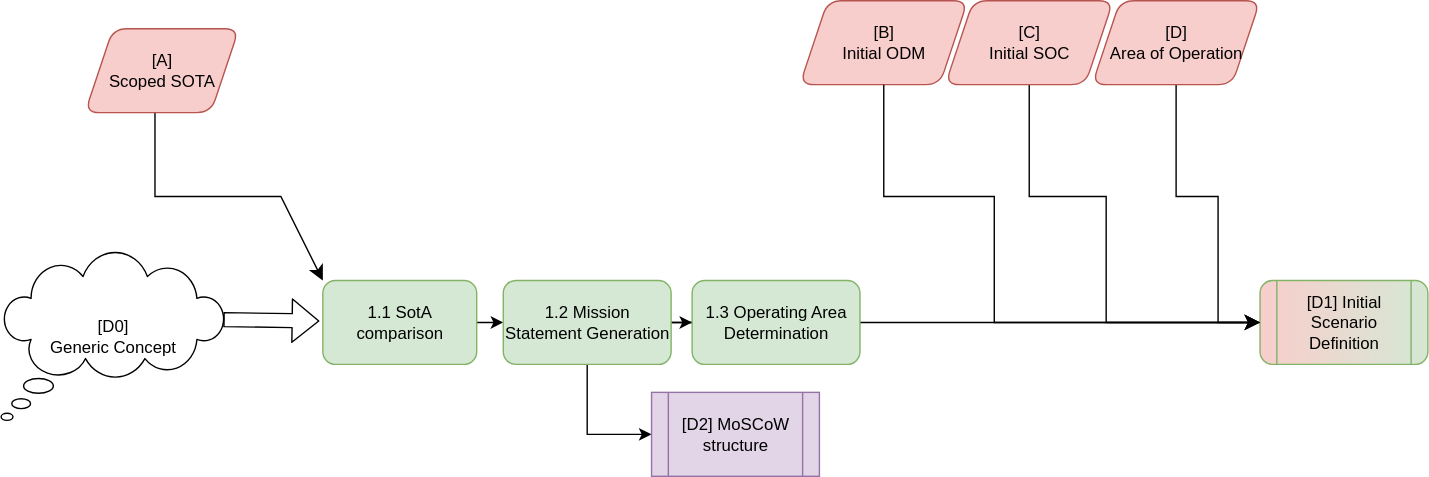
Before: diagrams/step-1.svg, a diagram exported from draw.io (TortoiseFather/sacred-site). Source tidied: cells renumbered, new cells last; positions are measured from the earlier drawing's top-left corner, leaving out a move shared by most shapes.
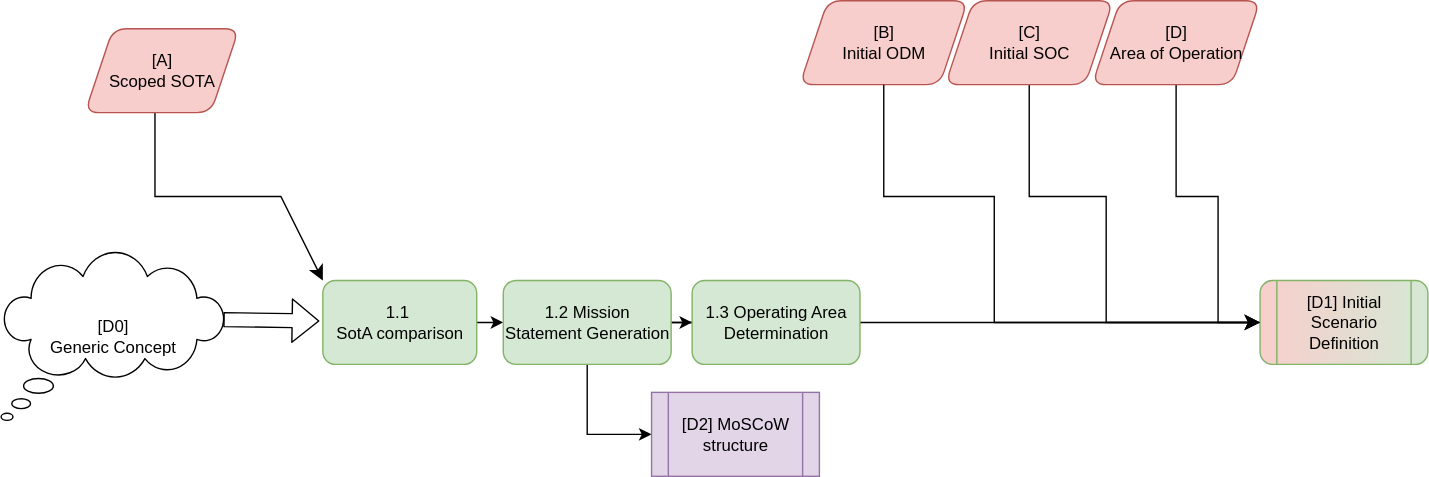
The same file after the commit.

Change to the diagram source:
```diff
@@ -1,4 +1,4 @@
-<mxGraphModel background="#ffffff">
+<mxGraphModel>
   <root>
     <mxCell id="0" />
     <mxCell id="1" parent="0" />
@@ -39,7 +39,7 @@
     <mxCell id="10" value="&lt;div&gt;&lt;span style=&quot;color: rgb(0, 0, 0);&quot;&gt;[A]&lt;/span&gt;&lt;/div&gt;&lt;div&gt;&lt;span style=&quot;color: rgb(0, 0, 0);&quot;&gt;Scoped SOTA&lt;/span&gt;&lt;/div&gt;" style="shape=parallelogram;perimeter=parallelogramPerimeter;whiteSpace=wrap;html=1;fixedSize=1;rounded=1;strokeColor=#b85450;fillColor=#f8cecc;" parent="1" vertex="1">
       <mxGeometry x="60" y="20" width="110" height="60" as="geometry" />
     </mxCell>
-    <mxCell id="11" value="1.1 SotA comparison" style="rounded=1;whiteSpace=wrap;html=1;strokeColor=#82b366;fillColor=#d5e8d4;" parent="1" vertex="1">
+    <mxCell id="11" value="&lt;div&gt;1.1&amp;nbsp;&lt;/div&gt;&lt;div&gt;SotA comparison&lt;/div&gt;" style="rounded=1;whiteSpace=wrap;html=1;strokeColor=#82b366;fillColor=#d5e8d4;" parent="1" vertex="1">
       <mxGeometry x="230" y="200" width="110" height="60" as="geometry" />
     </mxCell>
     <mxCell id="12" style="edgeStyle=none;curved=1;rounded=1;jettySize=auto;html=1;entryX=0;entryY=0.5;entryDx=0;entryDy=0;fontSize=12;startSize=8;endSize=8;strokeColor=#000000;" parent="1" edge="1" source="13" target="16">
```
